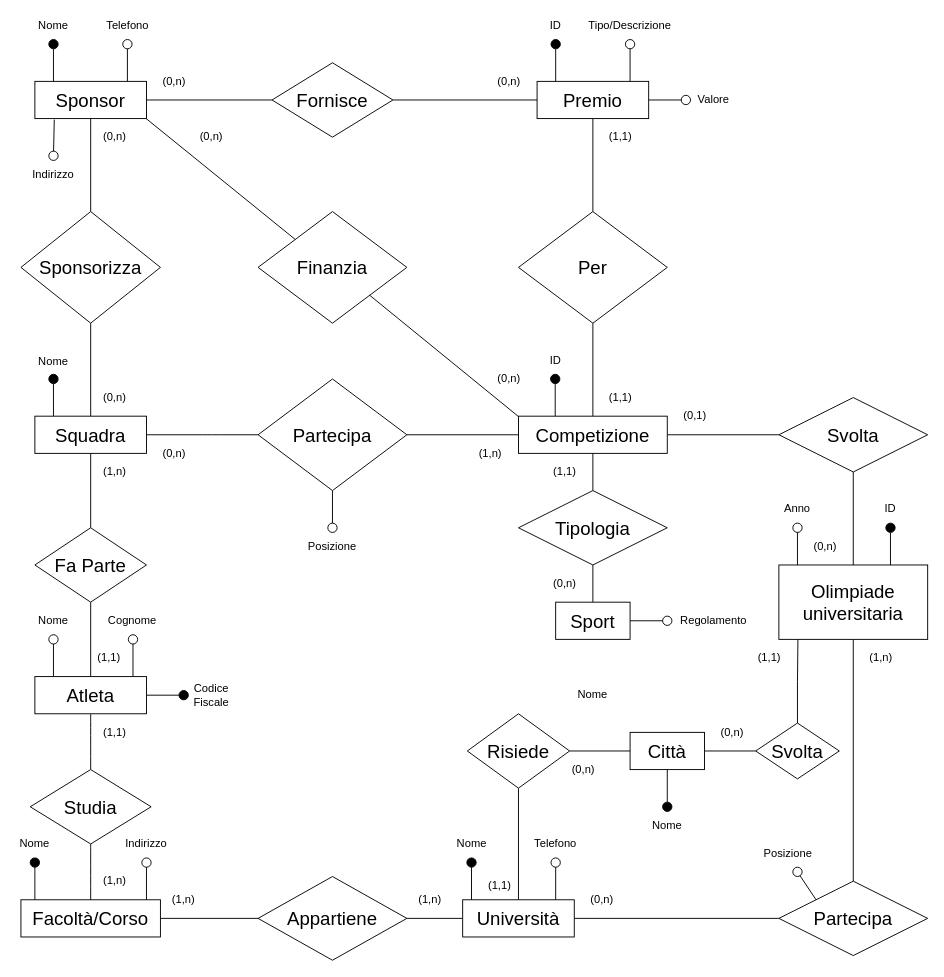
giovannivelludo/database-project keeps this draw.io diagram as page "Schema E-R" (1 of 2) of Olimpiadi Samuele.drawio. Above is the earlier version. Source tidied: cells renumbered, new cells numbered last; positions are measured from the earlier drawing's top-left corner, leaving out a move shared by most shapes. Both pictures are drawn from the tidied source at 93%, with x=0, y=0 at pixel (16, 16).
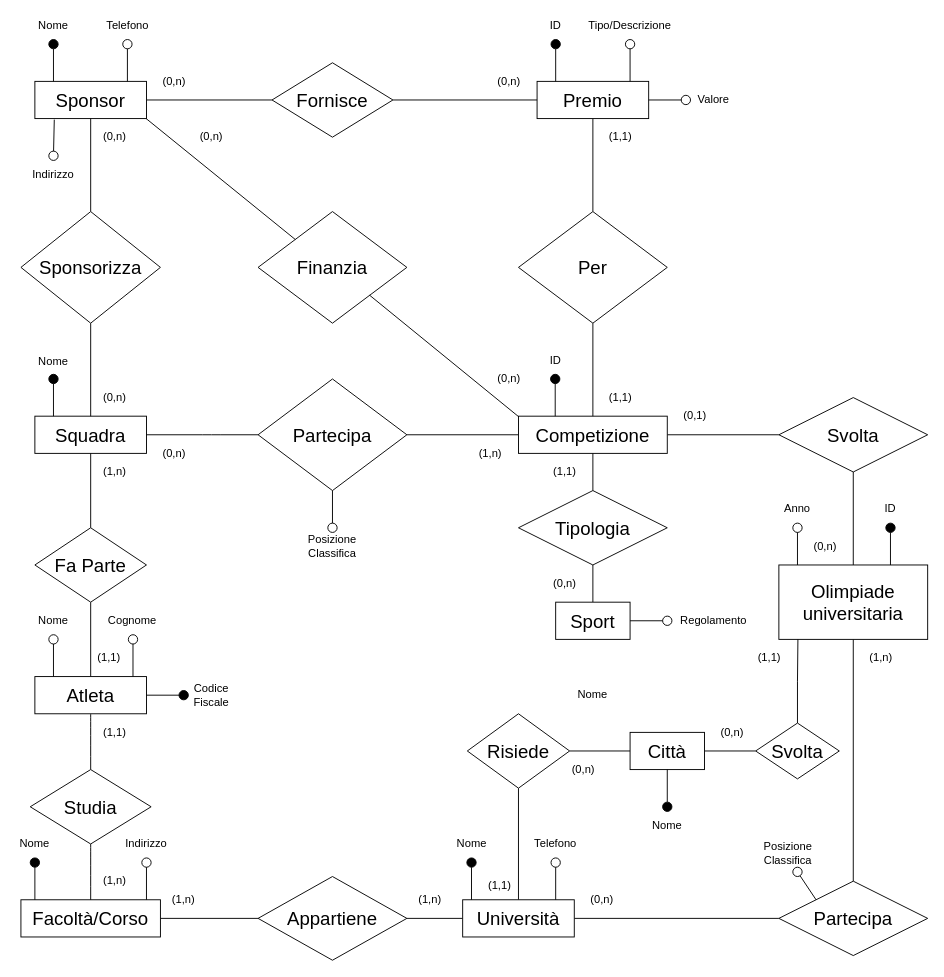
The same diagram, later.

Commit message:
Rinominato attributo Posizione

What changed in the source:
```diff
@@
-    <mxCell id="91" value="Posizione" style="text;html=1;strokeColor=none;fillColor=none;align=center;verticalAlign=middle;whiteSpace=wrap;rounded=0;" parent="1" vertex="1">
+    <mxCell id="91" value="Posizione Classifica" style="text;html=1;strokeColor=none;fillColor=none;align=center;verticalAlign=middle;whiteSpace=wrap;rounded=0;" parent="1" vertex="1">
       <mxGeometry x="810" y="890" width="40" height="20" as="geometry" />
     </mxCell>
@@
-    <mxCell id="97" value="Posizione" style="text;html=1;strokeColor=none;fillColor=none;align=center;verticalAlign=middle;whiteSpace=wrap;rounded=0;" parent="1" vertex="1">
+    <mxCell id="97" value="Posizione&lt;br&gt;Classifica" style="text;html=1;strokeColor=none;fillColor=none;align=center;verticalAlign=middle;whiteSpace=wrap;rounded=0;" parent="1" vertex="1">
       <mxGeometry x="320" y="560" width="40" height="20" as="geometry" />
     </mxCell>
```
